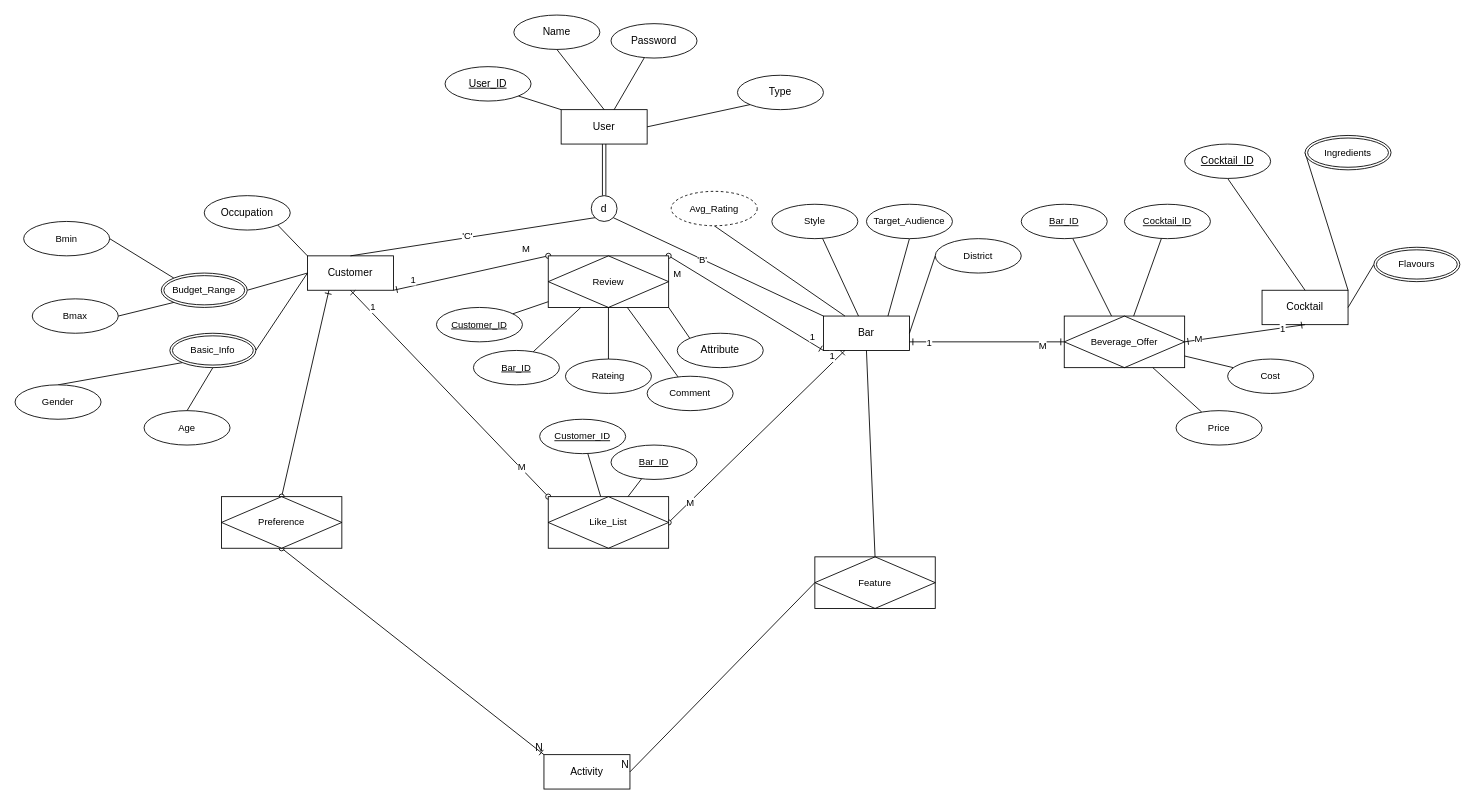
Earlier version of the draw.io diagram finalProjectERD.drawio (tp12356twNccu/Database_NCCU). Source tidied: cells renumbered, new cells numbered last; positions are measured from the earlier drawing's top-left corner, leaving out a move shared by most shapes. Both pictures are drawn from the tidied source at 86%, with x=0, y=0 at pixel (15, 15).
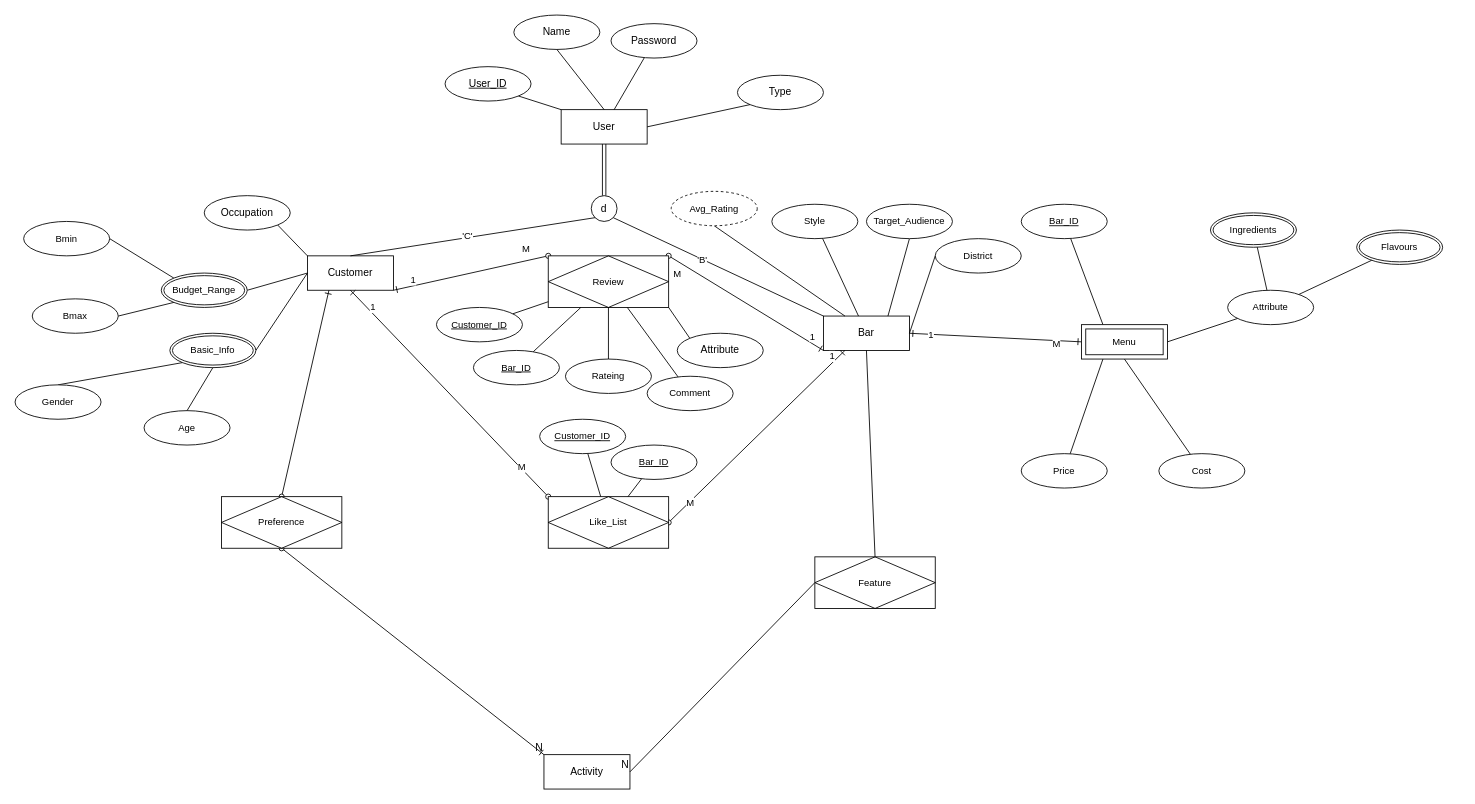
Above is the later version.

The change refers to these unchanged cells:
```xml
<mxCell id="15" value="Bar" style="whiteSpace=wrap;html=1;align=center;" parent="1" vertex="1">
  <mxGeometry x="940" y="350" width="100" height="40" as="geometry" />
</mxCell>
<mxCell id="93" value="Bar_ID" style="ellipse;whiteSpace=wrap;html=1;align=center;fontStyle=4;fontFamily=Helvetica;fontSize=11;fontColor=default;labelBackgroundColor=default;" parent="1" vertex="1">
  <mxGeometry x="1170" y="220" width="100" height="40" as="geometry" />
</mxCell>
```

Diff of the diagram source:
```diff
@@
-    <mxCell id="29" value="Cocktail" style="whiteSpace=wrap;html=1;align=center;" parent="1" vertex="1">
-      <mxGeometry x="1450" y="320" width="100" height="40" as="geometry" />
-    </mxCell>
-    <mxCell id="30" style="rounded=0;jettySize=auto;html=1;exitX=0.5;exitY=1;exitDx=0;exitDy=0;entryX=0.5;entryY=0;entryDx=0;entryDy=0;endArrow=none;endFill=0;" parent="1" edge="1" source="31" target="29">
-      <mxGeometry relative="1" as="geometry" />
-    </mxCell>
-    <mxCell id="31" value="Cocktail_ID" style="ellipse;whiteSpace=wrap;html=1;align=center;fontStyle=4;" parent="1" vertex="1">
-      <mxGeometry x="1360" y="150" width="100" height="40" as="geometry" />
-    </mxCell>
-    <mxCell id="32" style="edgeStyle=none;shape=connector;rounded=0;jettySize=auto;html=1;exitX=0;exitY=0.5;exitDx=0;exitDy=0;entryX=1;entryY=0;entryDx=0;entryDy=0;labelBackgroundColor=default;strokeColor=default;align=center;verticalAlign=middle;fontFamily=Helvetica;fontSize=11;fontColor=default;endArrow=none;endFill=0;" parent="1" edge="1" source="33" target="29">
-      <mxGeometry relative="1" as="geometry" />
-    </mxCell>
     <mxCell id="33" value="Ingredients" style="ellipse;shape=doubleEllipse;margin=3;whiteSpace=wrap;html=1;align=center;fontFamily=Helvetica;fontSize=11;fontColor=default;" parent="1" vertex="1">
-      <mxGeometry x="1500" y="140" width="100" height="40" as="geometry" />
+      <mxGeometry x="1390" y="230" width="100" height="40" as="geometry" />
     </mxCell>
-    <mxCell id="34" style="edgeStyle=none;shape=connector;rounded=0;jettySize=auto;html=1;exitX=0;exitY=0.5;exitDx=0;exitDy=0;entryX=1;entryY=0.5;entryDx=0;entryDy=0;labelBackgroundColor=default;strokeColor=default;align=center;verticalAlign=middle;fontFamily=Helvetica;fontSize=11;fontColor=default;endArrow=none;endFill=0;" parent="1" edge="1" source="35" target="29">
-      <mxGeometry relative="1" as="geometry" />
-    </mxCell>
     <mxCell id="35" value="Flavours" style="ellipse;shape=doubleEllipse;margin=3;whiteSpace=wrap;html=1;align=center;fontFamily=Helvetica;fontSize=11;fontColor=default;" parent="1" vertex="1">
-      <mxGeometry x="1580" y="270" width="100" height="40" as="geometry" />
+      <mxGeometry x="1560" y="250" width="100" height="40" as="geometry" />
     </mxCell>
-    <mxCell id="36" style="edgeStyle=none;rounded=0;jettySize=auto;html=1;exitX=0;exitY=0.5;exitDx=0;exitDy=0;entryX=1;entryY=0.75;entryDx=0;entryDy=0;strokeColor=default;align=center;verticalAlign=middle;fontFamily=Helvetica;fontSize=11;fontColor=default;labelBackgroundColor=default;endArrow=ERone;endFill=0;startArrow=ERone;startFill=0;" parent="1" edge="1" source="85" target="15">
+    <mxCell id="36" style="edgeStyle=none;rounded=0;jettySize=auto;html=1;exitX=0;exitY=0.5;exitDx=0;exitDy=0;entryX=1;entryY=0.5;entryDx=0;entryDy=0;strokeColor=default;align=center;verticalAlign=middle;fontFamily=Helvetica;fontSize=11;fontColor=default;labelBackgroundColor=default;endArrow=ERone;endFill=0;startArrow=ERone;startFill=0;" parent="1" edge="1" source="106" target="15">
       <mxGeometry relative="1" as="geometry" />
     </mxCell>
@@
-    <mxCell id="39" style="endArrow=ERone;html=1;rounded=0;entryX=0.5;entryY=1;entryDx=0;entryDy=0;exitX=1;exitY=0.5;exitDx=0;exitDy=0;startArrow=ERone;startFill=0;endFill=0;" parent="1" edge="1" source="85" target="29">
-      <mxGeometry relative="1" as="geometry" />
-    </mxCell>
-    <mxCell id="40" value="1" style="edgeLabel;html=1;align=center;verticalAlign=middle;fontFamily=Helvetica;fontSize=11;fontColor=default;labelBackgroundColor=default;" parent="39" vertex="1">
-      <mxGeometry x="0.63" y="-1" relative="1" as="geometry" />
-    </mxCell>
-    <mxCell id="41" value="M" style="edgeLabel;html=1;align=center;verticalAlign=middle;fontFamily=Helvetica;fontSize=11;fontColor=default;labelBackgroundColor=default;" parent="39" vertex="1">
-      <mxGeometry x="-0.77" y="1" relative="1" as="geometry" />
-    </mxCell>
@@
-    <mxCell id="85" value="Beverage_Offer" style="shape=associativeEntity;whiteSpace=wrap;html=1;align=center;fontFamily=Helvetica;fontSize=11;fontColor=default;labelBackgroundColor=default;" parent="1" vertex="1">
-      <mxGeometry x="1220" y="350" width="140" height="60" as="geometry" />
-    </mxCell>
-    <mxCell id="86" style="edgeStyle=none;rounded=0;jettySize=auto;html=1;strokeColor=default;align=center;verticalAlign=middle;fontFamily=Helvetica;fontSize=11;fontColor=default;labelBackgroundColor=default;endArrow=none;endFill=0;" parent="1" edge="1" source="87" target="85">
+    <mxCell id="86" style="edgeStyle=none;rounded=0;jettySize=auto;html=1;strokeColor=default;align=center;verticalAlign=middle;fontFamily=Helvetica;fontSize=11;fontColor=default;labelBackgroundColor=default;endArrow=none;endFill=0;entryX=0.25;entryY=1;entryDx=0;entryDy=0;" parent="1" edge="1" source="87" target="106">
       <mxGeometry relative="1" as="geometry" />
     </mxCell>
     <mxCell id="87" value="Price" style="ellipse;whiteSpace=wrap;html=1;align=center;fontFamily=Helvetica;fontSize=11;fontColor=default;labelBackgroundColor=default;" parent="1" vertex="1">
-      <mxGeometry x="1350" y="460" width="100" height="40" as="geometry" />
+      <mxGeometry x="1170" y="510" width="100" height="40" as="geometry" />
     </mxCell>
-    <mxCell id="88" style="edgeStyle=none;rounded=0;jettySize=auto;html=1;strokeColor=default;align=center;verticalAlign=middle;fontFamily=Helvetica;fontSize=11;fontColor=default;labelBackgroundColor=default;endArrow=none;endFill=0;" parent="1" edge="1" source="89" target="85">
+    <mxCell id="88" style="edgeStyle=none;rounded=0;jettySize=auto;html=1;strokeColor=default;align=center;verticalAlign=middle;fontFamily=Helvetica;fontSize=11;fontColor=default;labelBackgroundColor=default;endArrow=none;endFill=0;entryX=0.5;entryY=1;entryDx=0;entryDy=0;" parent="1" edge="1" source="89" target="106">
       <mxGeometry relative="1" as="geometry" />
     </mxCell>
     <mxCell id="89" value="Cost" style="ellipse;whiteSpace=wrap;html=1;align=center;fontFamily=Helvetica;fontSize=11;fontColor=default;labelBackgroundColor=default;" parent="1" vertex="1">
-      <mxGeometry x="1410" y="400" width="100" height="40" as="geometry" />
+      <mxGeometry x="1330" y="510" width="100" height="40" as="geometry" />
     </mxCell>
-    <mxCell id="90" style="edgeStyle=none;rounded=0;jettySize=auto;html=1;strokeColor=default;align=center;verticalAlign=middle;fontFamily=Helvetica;fontSize=11;fontColor=default;labelBackgroundColor=default;endArrow=none;endFill=0;" parent="1" edge="1" source="91" target="85">
-      <mxGeometry relative="1" as="geometry" />
-    </mxCell>
-    <mxCell id="91" value="Cocktail_ID" style="ellipse;whiteSpace=wrap;html=1;align=center;fontStyle=4;fontFamily=Helvetica;fontSize=11;fontColor=default;labelBackgroundColor=default;" parent="1" vertex="1">
-      <mxGeometry x="1290" y="220" width="100" height="40" as="geometry" />
-    </mxCell>
-    <mxCell id="92" style="edgeStyle=none;rounded=0;jettySize=auto;html=1;strokeColor=default;align=center;verticalAlign=middle;fontFamily=Helvetica;fontSize=11;fontColor=default;labelBackgroundColor=default;endArrow=none;endFill=0;" parent="1" edge="1" source="93" target="85">
+    <mxCell id="92" style="edgeStyle=none;rounded=0;jettySize=auto;html=1;strokeColor=default;align=center;verticalAlign=middle;fontFamily=Helvetica;fontSize=11;fontColor=default;labelBackgroundColor=default;endArrow=none;endFill=0;entryX=0.25;entryY=0;entryDx=0;entryDy=0;" parent="1" edge="1" source="93" target="106">
       <mxGeometry relative="1" as="geometry" />
     </mxCell>
@@
+    <mxCell id="102" style="edgeStyle=none;rounded=0;jettySize=auto;html=1;strokeColor=default;align=center;verticalAlign=middle;fontFamily=Helvetica;fontSize=11;fontColor=default;labelBackgroundColor=default;endArrow=none;endFill=0;entryX=1;entryY=0.5;entryDx=0;entryDy=0;" parent="1" edge="1" source="105" target="106">
+      <mxGeometry relative="1" as="geometry" />
+    </mxCell>
+    <mxCell id="103" style="edgeStyle=none;rounded=0;jettySize=auto;html=1;strokeColor=default;align=center;verticalAlign=middle;fontFamily=Helvetica;fontSize=11;fontColor=default;labelBackgroundColor=default;endArrow=none;endFill=0;" parent="1" edge="1" source="105" target="33">
+      <mxGeometry relative="1" as="geometry" />
+    </mxCell>
+    <mxCell id="104" style="edgeStyle=none;rounded=0;jettySize=auto;html=1;strokeColor=default;align=center;verticalAlign=middle;fontFamily=Helvetica;fontSize=11;fontColor=default;labelBackgroundColor=default;endArrow=none;endFill=0;" parent="1" edge="1" source="105" target="35">
+      <mxGeometry relative="1" as="geometry" />
+    </mxCell>
+    <mxCell id="105" value="Attribute" style="ellipse;whiteSpace=wrap;html=1;align=center;fontFamily=Helvetica;fontSize=11;fontColor=default;labelBackgroundColor=default;" parent="1" vertex="1">
+      <mxGeometry x="1410" y="320" width="100" height="40" as="geometry" />
+    </mxCell>
+    <mxCell id="106" value="Menu" style="shape=ext;margin=3;double=1;whiteSpace=wrap;html=1;align=center;fontFamily=Helvetica;fontSize=11;fontColor=default;labelBackgroundColor=default;" parent="1" vertex="1">
+      <mxGeometry x="1240" y="360" width="100" height="40" as="geometry" />
+    </mxCell>
```
